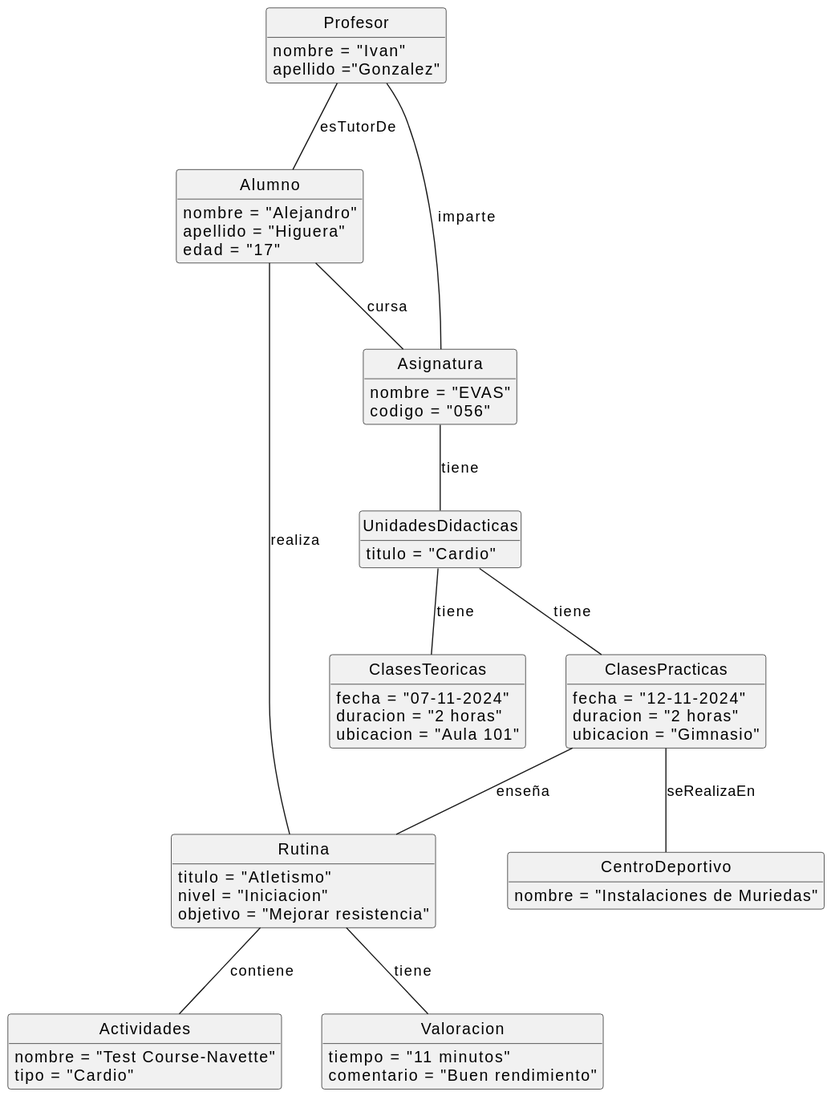
This is Documentos/Imagenes/DiagramaObjetos/DiagramaObjetos.svg from mmasias/24-25-IdSw1-SDR, a PlantUML export, as it was before one commit. Its diagram source:
```plantuml
@startuml
hide circle
hide empty members

class Profesor {
    nombre = "Ivan"
    apellido ="Gonzalez"
}

class Alumno {
    nombre = "Alejandro"
    apellido = "Higuera"
    edad = "17"
}

class Asignatura {
    nombre = "EVAS"
    codigo = "056"
}

class UnidadesDidacticas {
    titulo = "Cardio"
}

class ClasesPracticas {
    fecha = "12-11-2024"
    duracion = "2 horas"
    ubicacion = "Gimnasio"
}

class ClasesTeoricas {
    fecha = "07-11-2024"
    duracion = "2 horas"
    ubicacion = "Aula 101"
}

class CentroDeportivo {
    nombre = "Instalaciones de Muriedas"
}

class Rutina {
    titulo = "Atletismo"
    nivel = "Iniciacion"
    objetivo = "Mejorar resistencia"
}

class Actividades {
    nombre = "Test Course-Navette"
    tipo = "Cardio"
}

class Valoracion {
    tiempo = "11 minutos"
    comentario = "Buen rendimiento"
}


Profesor -- Alumno : esTutorDe
Profesor -- Asignatura : imparte
Asignatura -- UnidadesDidacticas : tiene
UnidadesDidacticas -- ClasesPracticas : tiene
UnidadesDidacticas -- ClasesTeoricas : tiene
Alumno -- Asignatura : cursa
ClasesPracticas -- CentroDeportivo : seRealizaEn
ClasesPracticas -- Rutina : enseña
Rutina -- Actividades : contiene
Rutina -- Valoracion: tiene
Alumno -- Rutina: realiza
@enduml
```
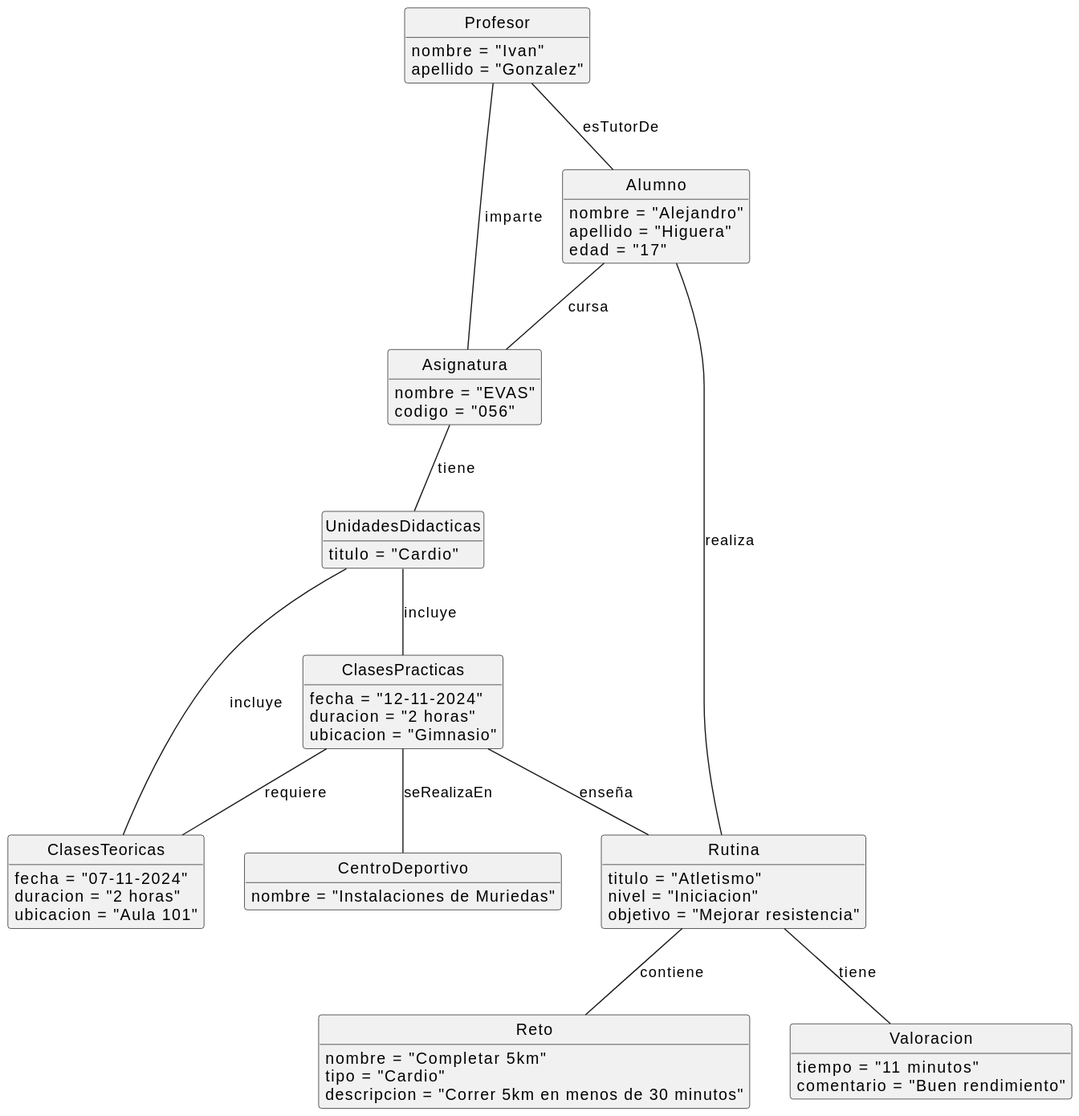
The same diagram one commit later.

Diff of the diagram source:
```diff
@@ -4,7 +4,7 @@
 
 class Profesor {
     nombre = "Ivan"
-    apellido ="Gonzalez"
+    apellido = "Gonzalez"
 }
 
 class Alumno {
@@ -44,9 +44,10 @@
     objetivo = "Mejorar resistencia"
 }
 
-class Actividades {
-    nombre = "Test Course-Navette"
+class Reto {
+    nombre = "Completar 5km"
     tipo = "Cardio"
+    descripcion = "Correr 5km en menos de 30 minutos"
 }
 
 class Valoracion {
@@ -54,16 +55,17 @@
     comentario = "Buen rendimiento"
 }
 
-
 Profesor -- Alumno : esTutorDe
 Profesor -- Asignatura : imparte
 Asignatura -- UnidadesDidacticas : tiene
-UnidadesDidacticas -- ClasesPracticas : tiene
-UnidadesDidacticas -- ClasesTeoricas : tiene
+UnidadesDidacticas -- ClasesPracticas : incluye
+UnidadesDidacticas -- ClasesTeoricas : incluye
 Alumno -- Asignatura : cursa
 ClasesPracticas -- CentroDeportivo : seRealizaEn
 ClasesPracticas -- Rutina : enseña
-Rutina -- Actividades : contiene
+Rutina -- Reto : contiene
 Rutina -- Valoracion: tiene
 Alumno -- Rutina: realiza
+
+ClasesPracticas -- ClasesTeoricas : requiere
 @enduml
```
